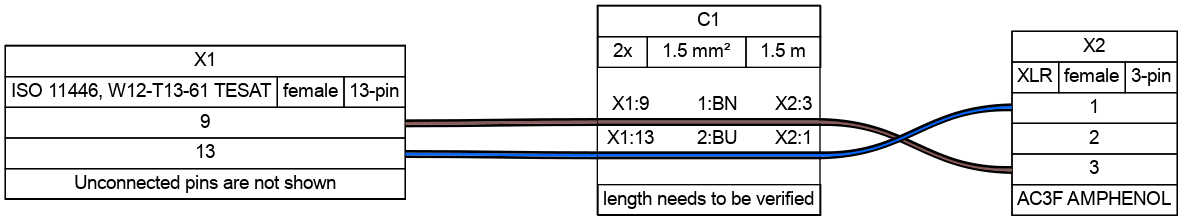
Above: doc/power_input_cable/power_input.png in ODZ-UJF-AV-CR/CRREAT_cars (Graphviz), before the change. Its source is kept beside it as doc/power_input_cable/power_input.gv.
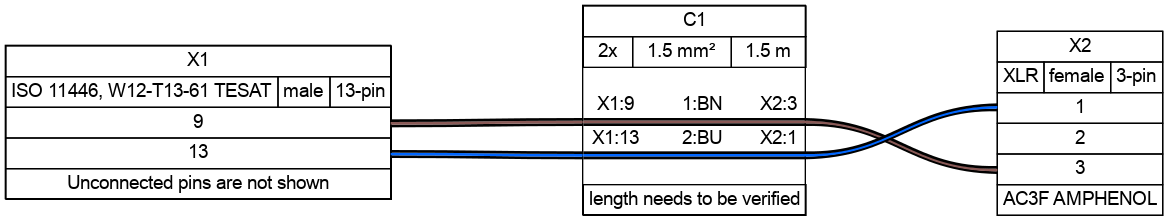
After the commit.

Diff of the diagram source:
```diff
@@ -12,7 +12,7 @@
  <tr><td>
   <table border="0" cellspacing="0" cellpadding="3" cellborder="1"><tr>
    <td balign="left">ISO 11446, W12-T13-61 TESAT</td>
-   <td balign="left">female</td>
+   <td balign="left">male</td>
    <td balign="left">13-pin</td>
   </tr></table>
  </td></tr>
```
